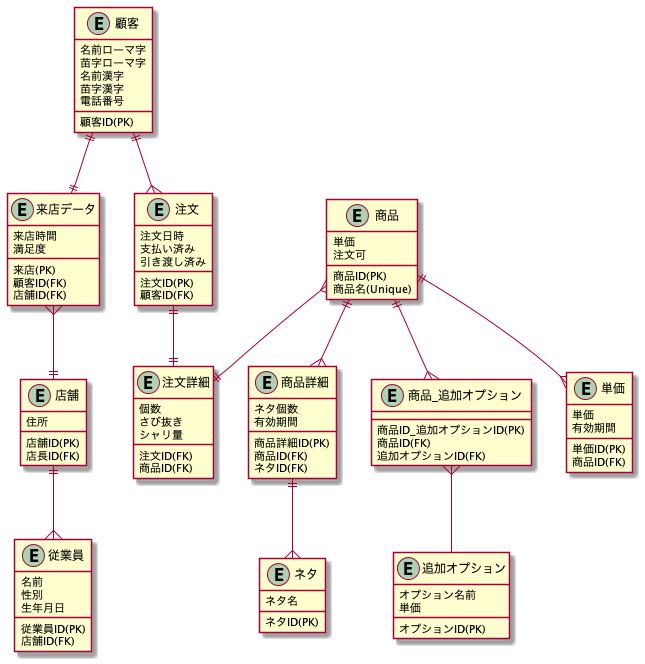
FumiKimura/praha_challenge keeps this PlantUML diagram as データベース設計/DBモデリング1/db_modeling_3.png. Above is the earlier version. Source of this version:
```plantuml
@startuml
entity 顧客 {
    顧客ID(PK)
    名前ローマ字
    苗字ローマ字
    名前漢字
    苗字漢字
    電話番号
}

entity 来店データ {
    来店(PK)
    顧客ID(FK)
    店舗ID(FK)
    来店時間
    満足度
}

entity 店舗 {
    店舗ID(PK)
    住所
    店長ID(FK)
}

entity 従業員 {
    従業員ID(PK)
    名前
    性別
    生年月日
    店舗ID(FK)
}

entity ネタ {
    ネタID(PK)
    ネタ名
}

entity 商品詳細 {
    商品詳細ID(PK)
    商品ID(FK)
    ネタID(FK)
    ネタ個数
    有効期間
}

entity 商品_追加オプション {
    商品ID_追加オプションID(PK)
    商品ID(FK)
    追加オプションID(FK)
}

entity 追加オプション {
    オプションID(PK)
    オプション名前
    単価
}

entity 単価 {
    単価ID(PK)
    商品ID(FK)
    単価
    有効期間
}

entity 注文 {
    注文ID(PK)
    顧客ID(FK)
    注文日時
    支払い済み
    引き渡し済み
}

entity 商品 {
    商品ID(PK)
    商品名(Unique)
    単価
    注文可
}

entity 注文詳細{
    注文ID(FK)
    商品ID(FK)
    個数
    さび抜き
    シャリ量
}
顧客 ||--{ 注文
顧客 ||--|| 来店データ
来店データ }--|| 店舗
店舗 ||--{ 従業員
注文 ||--|| 注文詳細


商品 }--|| 注文詳細
商品 ||--{ 商品詳細
商品詳細 ||--{ ネタ
商品 ||--{ 単価
商品 ||--{ 商品_追加オプション
商品_追加オプション }-- 追加オプション
@enduml
```
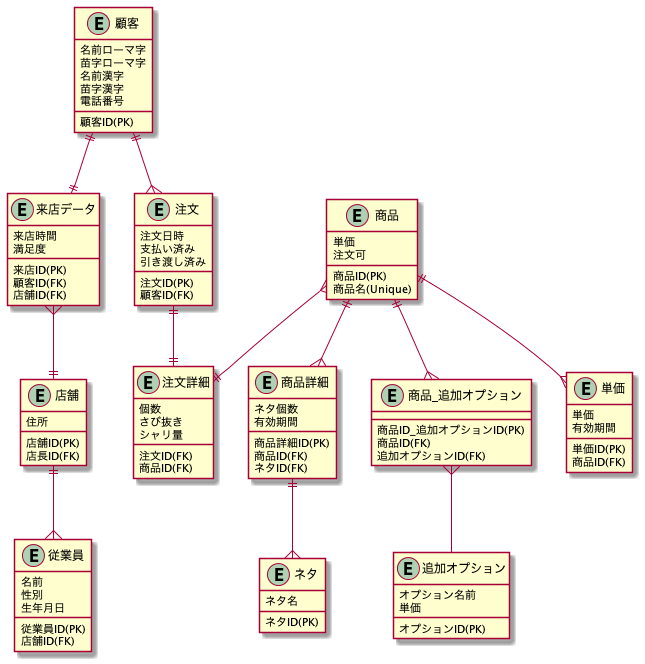
After the change.

Commit message:
READMEとplantUMLを修正しました。

Diff of the diagram source:
```diff
@@ -9,7 +9,7 @@
 }
 
 entity 来店データ {
-    来店(PK)
+    来店ID(PK)
     顧客ID(FK)
     店舗ID(FK)
     来店時間
```
